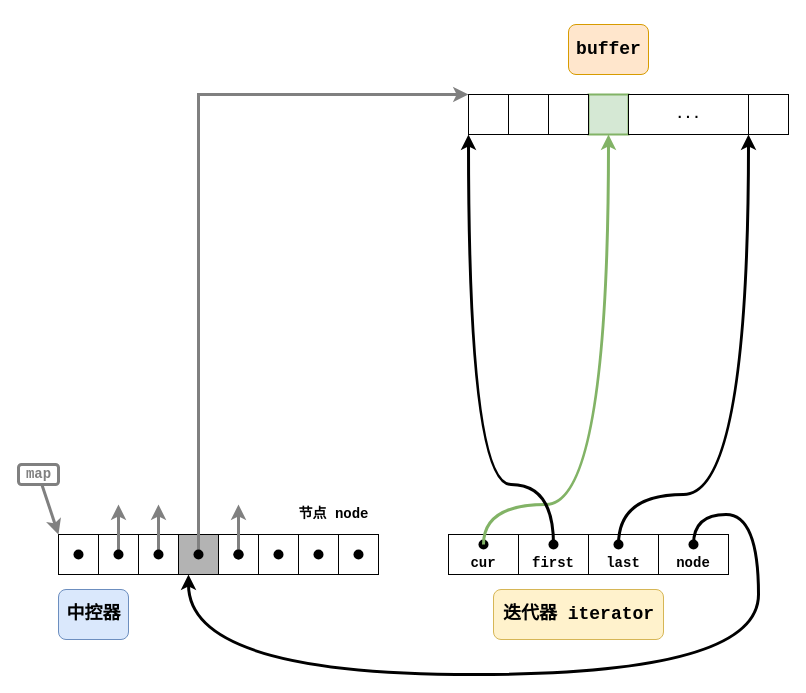
This is BlogImages/STL/deque-map-buffer-iterator.drawio from JoyChenNo1/JoyChenNo1.github.io, a draw.io file, before an edit. Source tidied: cells renumbered, new cells numbered last; positions are measured from the earlier drawing's top-left corner, leaving out a move shared by most shapes. Both pictures are drawn from the tidied source at 100%, with x=0, y=0 at pixel (18, 24).
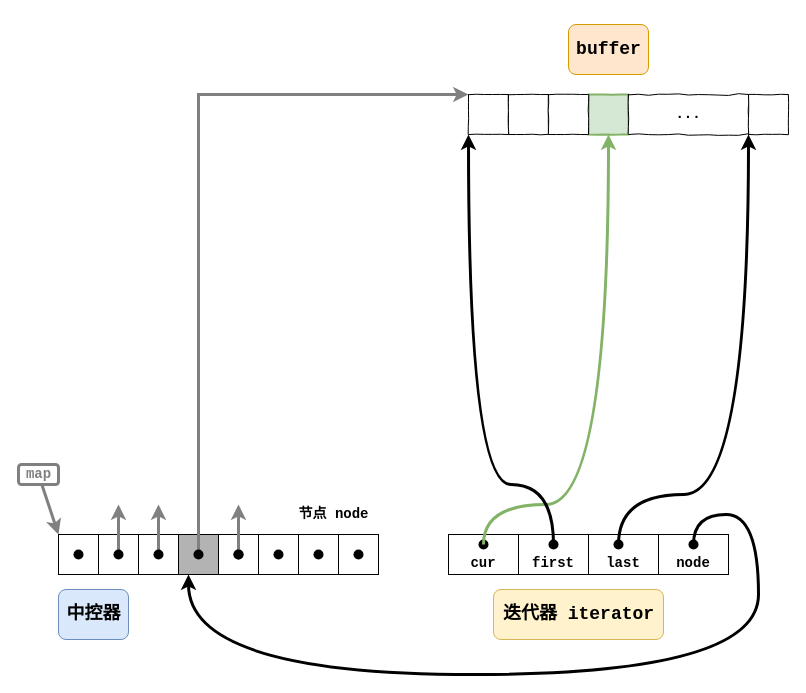
Above is the later version.

The edit, as a diff of the source:
```diff
@@
-    <mxCell id="10" style="rounded=0;whiteSpace=wrap;html=1;fillColor=#d5e8d4;strokeColor=#82b366;strokeWidth=2;" parent="1" vertex="1">
+    <mxCell id="10" style="rounded=0;whiteSpace=wrap;html=1;fillColor=#d5e8d4;strokeColor=#82b366;strokeWidth=2;comic=1;jiggle=2;" parent="1" vertex="1">
       <mxGeometry x="570" y="70" width="40" height="40" as="geometry" />
     </mxCell>
-    <mxCell id="11" value="&lt;font style=&quot;font-size: 14px&quot; face=&quot;Courier New&quot;&gt;&lt;b&gt;...&lt;/b&gt;&lt;/font&gt;" style="rounded=0;whiteSpace=wrap;html=1;" parent="1" vertex="1">
+    <mxCell id="11" value="&lt;font style=&quot;font-size: 14px&quot; face=&quot;Courier New&quot;&gt;&lt;b&gt;...&lt;/b&gt;&lt;/font&gt;" style="rounded=0;whiteSpace=wrap;html=1;comic=1;jiggle=2;" parent="1" vertex="1">
       <mxGeometry x="610" y="70" width="120" height="40" as="geometry" />
     </mxCell>
-    <mxCell id="12" style="rounded=0;whiteSpace=wrap;html=1;" parent="1" vertex="1">
+    <mxCell id="12" style="rounded=0;whiteSpace=wrap;html=1;comic=1;jiggle=2;" parent="1" vertex="1">
       <mxGeometry x="450" y="70" width="40" height="40" as="geometry" />
     </mxCell>
-    <mxCell id="13" style="rounded=0;whiteSpace=wrap;html=1;" parent="1" vertex="1">
+    <mxCell id="13" style="rounded=0;whiteSpace=wrap;html=1;comic=1;jiggle=2;" parent="1" vertex="1">
       <mxGeometry x="490" y="70" width="40" height="40" as="geometry" />
     </mxCell>
-    <mxCell id="14" style="rounded=0;whiteSpace=wrap;html=1;" parent="1" vertex="1">
+    <mxCell id="14" style="rounded=0;whiteSpace=wrap;html=1;comic=1;jiggle=2;" parent="1" vertex="1">
       <mxGeometry x="530" y="70" width="40" height="40" as="geometry" />
     </mxCell>
-    <mxCell id="15" style="rounded=0;whiteSpace=wrap;html=1;" parent="1" vertex="1">
+    <mxCell id="15" style="rounded=0;whiteSpace=wrap;html=1;comic=1;jiggle=2;" parent="1" vertex="1">
       <mxGeometry x="730" y="70" width="40" height="40" as="geometry" />
     </mxCell>
```
